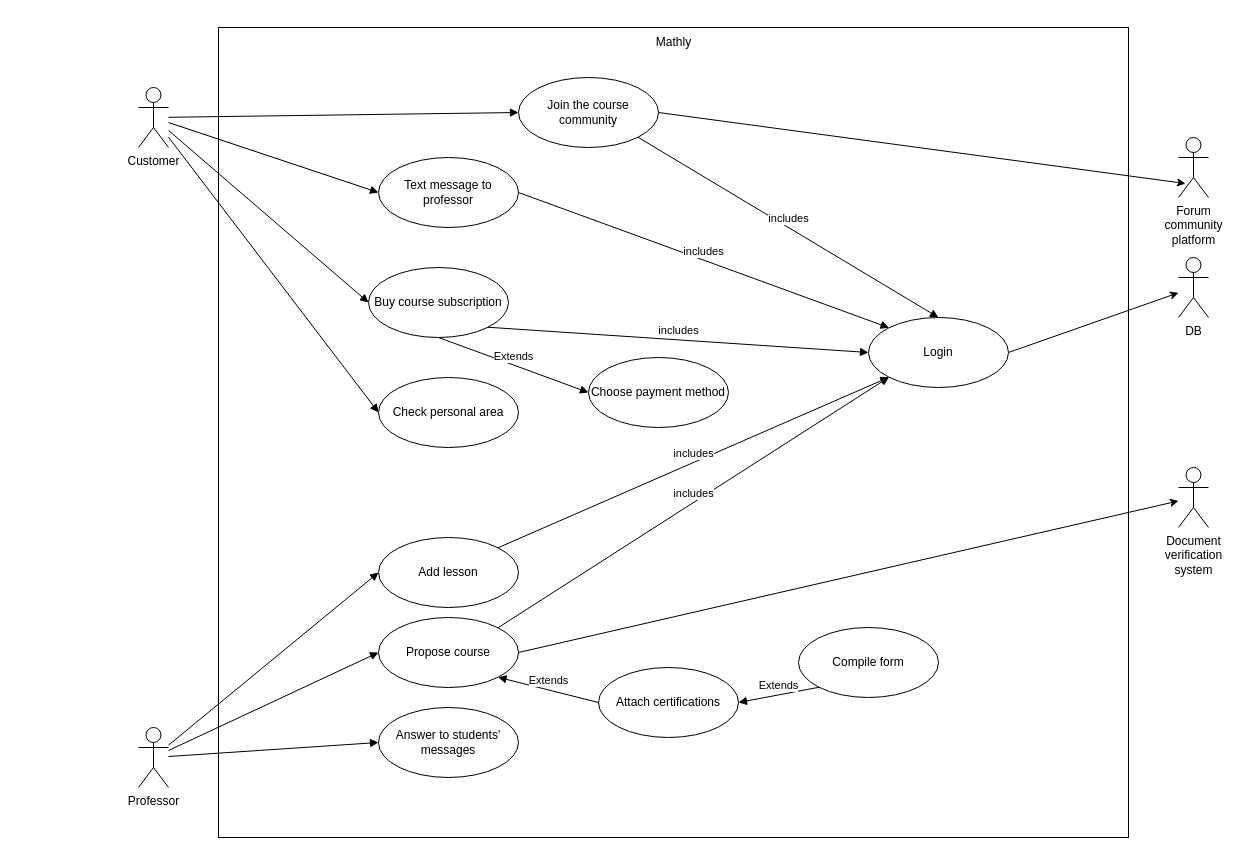
Before: 1_SwRequirementSpecification/UseCaseDiagram.drawio in zeroParanoie/PROGETTO_ISPW, a draw.io diagram. Source tidied: cells renumbered, new cells numbered last; positions are measured from the earlier drawing's top-left corner, leaving out a move shared by most shapes. Both pictures are drawn from the tidied source at 100%, with x=0, y=0 at pixel (138, 27).
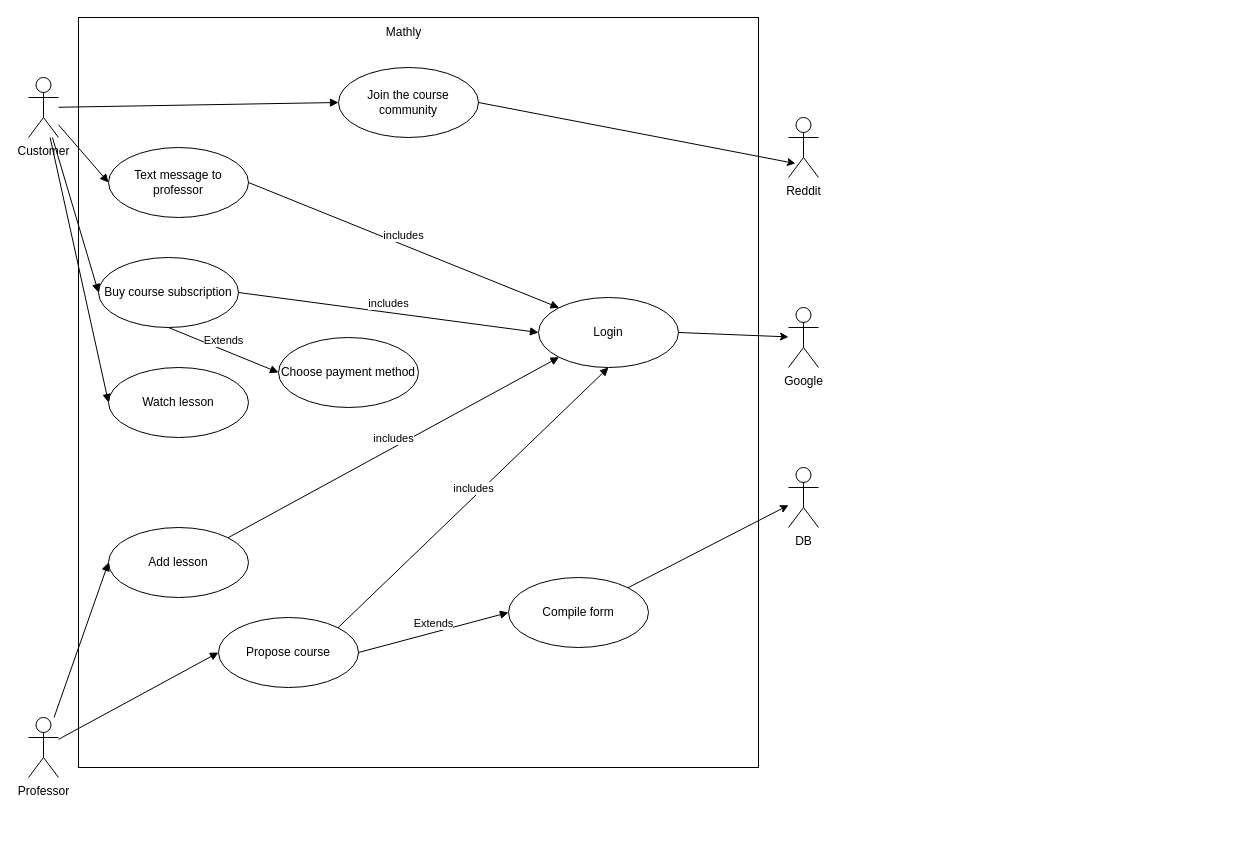
Above is the later version.

Commit message:
updated class diagram

Change to the diagram source:
```diff
@@
     <mxCell id="2" style="rounded=0;whiteSpace=wrap;html=1;" parent="1" vertex="1">
-      <mxGeometry x="80" width="910" height="810" as="geometry" />
+      <mxGeometry x="-60" y="-10" width="680" height="750" as="geometry" />
     </mxCell>
     <mxCell id="3" value="Customer" style="shape=umlActor;verticalLabelPosition=bottom;verticalAlign=top;html=1;outlineConnect=0;" parent="1" vertex="1">
-      <mxGeometry y="60" width="30" height="60" as="geometry" />
+      <mxGeometry x="-110" y="50" width="30" height="60" as="geometry" />
     </mxCell>
     <mxCell id="4" value="Mathly" style="text;html=1;align=center;verticalAlign=middle;strokeColor=none;fillColor=none;" parent="1" vertex="1">
-      <mxGeometry x="505" width="60" height="30" as="geometry" />
+      <mxGeometry x="235" y="-10" width="60" height="30" as="geometry" />
     </mxCell>
     <mxCell id="5" value="Professor&lt;br&gt;" style="shape=umlActor;verticalLabelPosition=bottom;verticalAlign=top;html=1;outlineConnect=0;" parent="1" vertex="1">
-      <mxGeometry y="700" width="30" height="60" as="geometry" />
+      <mxGeometry x="-110" y="690" width="30" height="60" as="geometry" />
     </mxCell>
-    <mxCell id="6" value="DB" style="shape=umlActor;verticalLabelPosition=bottom;verticalAlign=top;html=1;outlineConnect=0;" parent="1" vertex="1">
-      <mxGeometry x="1040" y="230" width="30" height="60" as="geometry" />
+    <mxCell id="6" value="Google" style="shape=umlActor;verticalLabelPosition=bottom;verticalAlign=top;html=1;outlineConnect=0;" parent="1" vertex="1">
+      <mxGeometry x="650" y="280" width="30" height="60" as="geometry" />
     </mxCell>
-    <mxCell id="7" value="Document&lt;br&gt;verification&lt;br&gt;system" style="shape=umlActor;verticalLabelPosition=bottom;verticalAlign=top;html=1;outlineConnect=0;" parent="1" vertex="1">
-      <mxGeometry x="1040" y="440" width="30" height="60" as="geometry" />
+    <mxCell id="7" value="DB" style="shape=umlActor;verticalLabelPosition=bottom;verticalAlign=top;html=1;outlineConnect=0;" parent="1" vertex="1">
+      <mxGeometry x="650" y="440" width="30" height="60" as="geometry" />
     </mxCell>
     <mxCell id="8" value="Buy course subscription" style="ellipse;whiteSpace=wrap;html=1;" parent="1" vertex="1">
-      <mxGeometry x="230" y="240" width="140" height="70" as="geometry" />
+      <mxGeometry x="-40" y="230" width="140" height="70" as="geometry" />
     </mxCell>
     <mxCell id="9" value="Choose payment method" style="ellipse;whiteSpace=wrap;html=1;" parent="1" vertex="1">
-      <mxGeometry x="450" y="330" width="140" height="70" as="geometry" />
+      <mxGeometry x="140" y="310" width="140" height="70" as="geometry" />
     </mxCell>
@@
     <mxCell id="12" value="Text message to professor" style="ellipse;whiteSpace=wrap;html=1;" parent="1" vertex="1">
-      <mxGeometry x="240" y="130" width="140" height="70" as="geometry" />
+      <mxGeometry x="-30" y="120" width="140" height="70" as="geometry" />
     </mxCell>
-    <mxCell id="13" style="rounded=0;jettySize=auto;html=1;exitX=1;exitY=0.5;exitDx=0;exitDy=0;" parent="1" edge="1" source="14" target="7">
+    <mxCell id="13" style="rounded=0;jettySize=auto;html=1;exitX=1;exitY=0;exitDx=0;exitDy=0;" parent="1" edge="1" source="15" target="7">
       <mxGeometry relative="1" as="geometry" />
     </mxCell>
     <mxCell id="14" value="Propose course" style="ellipse;whiteSpace=wrap;html=1;" parent="1" vertex="1">
-      <mxGeometry x="240" y="590" width="140" height="70" as="geometry" />
+      <mxGeometry x="80" y="590" width="140" height="70" as="geometry" />
     </mxCell>
     <mxCell id="15" value="Compile form" style="ellipse;whiteSpace=wrap;html=1;" parent="1" vertex="1">
-      <mxGeometry x="660" y="600" width="140" height="70" as="geometry" />
+      <mxGeometry x="370" y="550" width="140" height="70" as="geometry" />
     </mxCell>
-    <mxCell id="16" value="Attach certifications" style="ellipse;whiteSpace=wrap;html=1;" parent="1" vertex="1">
-      <mxGeometry x="460" y="640" width="140" height="70" as="geometry" />
-    </mxCell>
-    <mxCell id="17" value="Extends" style="html=1;verticalAlign=bottom;endArrow=block;curved=0;rounded=0;exitX=0;exitY=1;exitDx=0;exitDy=0;entryX=1;entryY=0.5;entryDx=0;entryDy=0;" parent="1" edge="1" source="15" target="16">
+    <mxCell id="17" value="Extends" style="html=1;verticalAlign=bottom;endArrow=block;curved=0;rounded=0;exitX=1;exitY=0.5;exitDx=0;exitDy=0;entryX=0;entryY=0.5;entryDx=0;entryDy=0;" parent="1" edge="1" source="14" target="15">
       <mxGeometry relative="1" as="geometry" />
     </mxCell>
-    <mxCell id="18" value="Extends" style="html=1;verticalAlign=bottom;endArrow=block;curved=0;rounded=0;exitX=0;exitY=0.5;exitDx=0;exitDy=0;entryX=1;entryY=1;entryDx=0;entryDy=0;" parent="1" edge="1" source="16" target="14">
-      <mxGeometry relative="1" as="geometry" />
-    </mxCell>
     <mxCell id="19" value="Add lesson" style="ellipse;whiteSpace=wrap;html=1;" parent="1" vertex="1">
-      <mxGeometry x="240" y="510" width="140" height="70" as="geometry" />
+      <mxGeometry x="-30" y="500" width="140" height="70" as="geometry" />
     </mxCell>
-    <mxCell id="20" value="Forum&lt;br&gt;community&lt;br&gt;platform" style="shape=umlActor;verticalLabelPosition=bottom;verticalAlign=top;html=1;" parent="1" vertex="1">
-      <mxGeometry x="1040" y="110" width="30" height="60" as="geometry" />
+    <mxCell id="20" value="Reddit" style="shape=umlActor;verticalLabelPosition=bottom;verticalAlign=top;html=1;" parent="1" vertex="1">
+      <mxGeometry x="650" y="90" width="30" height="60" as="geometry" />
     </mxCell>
     <mxCell id="21" value="Join the course community" style="ellipse;whiteSpace=wrap;html=1;" parent="1" vertex="1">
-      <mxGeometry x="380" y="50" width="140" height="70" as="geometry" />
+      <mxGeometry x="200" y="40" width="140" height="70" as="geometry" />
     </mxCell>
@@
     <mxCell id="23" value="Login" style="ellipse;whiteSpace=wrap;html=1;" parent="1" vertex="1">
-      <mxGeometry x="730" y="290" width="140" height="70" as="geometry" />
+      <mxGeometry x="400" y="270" width="140" height="70" as="geometry" />
     </mxCell>
-    <mxCell id="24" value="includes" style="html=1;verticalAlign=bottom;endArrow=block;curved=0;rounded=0;exitX=1;exitY=1;exitDx=0;exitDy=0;entryX=0;entryY=0.5;entryDx=0;entryDy=0;" parent="1" edge="1" source="8" target="23">
+    <mxCell id="24" value="includes" style="html=1;verticalAlign=bottom;endArrow=block;curved=0;rounded=0;exitX=1;exitY=0.5;exitDx=0;exitDy=0;entryX=0;entryY=0.5;entryDx=0;entryDy=0;" parent="1" edge="1" source="8" target="23">
       <mxGeometry relative="1" as="geometry" />
     </mxCell>
@@
-    <mxCell id="26" value="includes" style="html=1;verticalAlign=bottom;endArrow=block;curved=0;rounded=0;exitX=1;exitY=1;exitDx=0;exitDy=0;entryX=0.5;entryY=0;entryDx=0;entryDy=0;" parent="1" edge="1" source="21" target="23">
-      <mxGeometry relative="1" as="geometry" />
-    </mxCell>
@@
-    <mxCell id="28" value="includes" style="html=1;verticalAlign=bottom;endArrow=block;curved=0;rounded=0;exitX=1;exitY=0;exitDx=0;exitDy=0;entryX=0;entryY=1;entryDx=0;entryDy=0;" parent="1" edge="1" source="14" target="23">
+    <mxCell id="28" value="includes" style="html=1;verticalAlign=bottom;endArrow=block;curved=0;rounded=0;exitX=1;exitY=0;exitDx=0;exitDy=0;entryX=0.5;entryY=1;entryDx=0;entryDy=0;" parent="1" edge="1" source="14" target="23">
       <mxGeometry relative="1" as="geometry" />
     </mxCell>
-    <mxCell id="29" value="Check personal area" style="ellipse;whiteSpace=wrap;html=1;" parent="1" vertex="1">
-      <mxGeometry x="240" y="350" width="140" height="70" as="geometry" />
+    <mxCell id="29" value="Watch lesson" style="ellipse;whiteSpace=wrap;html=1;" parent="1" vertex="1">
+      <mxGeometry x="-30" y="340" width="140" height="70" as="geometry" />
     </mxCell>
@@
-    <mxCell id="35" value="Answer to students' messages" style="ellipse;whiteSpace=wrap;html=1;" parent="1" vertex="1">
-      <mxGeometry x="240" y="680" width="140" height="70" as="geometry" />
-    </mxCell>
-    <mxCell id="36" style="html=1;verticalAlign=bottom;endArrow=block;curved=0;rounded=0;entryX=0;entryY=0.5;entryDx=0;entryDy=0;" parent="1" edge="1" source="5" target="35">
-      <mxGeometry relative="1" as="geometry" />
-    </mxCell>
```
